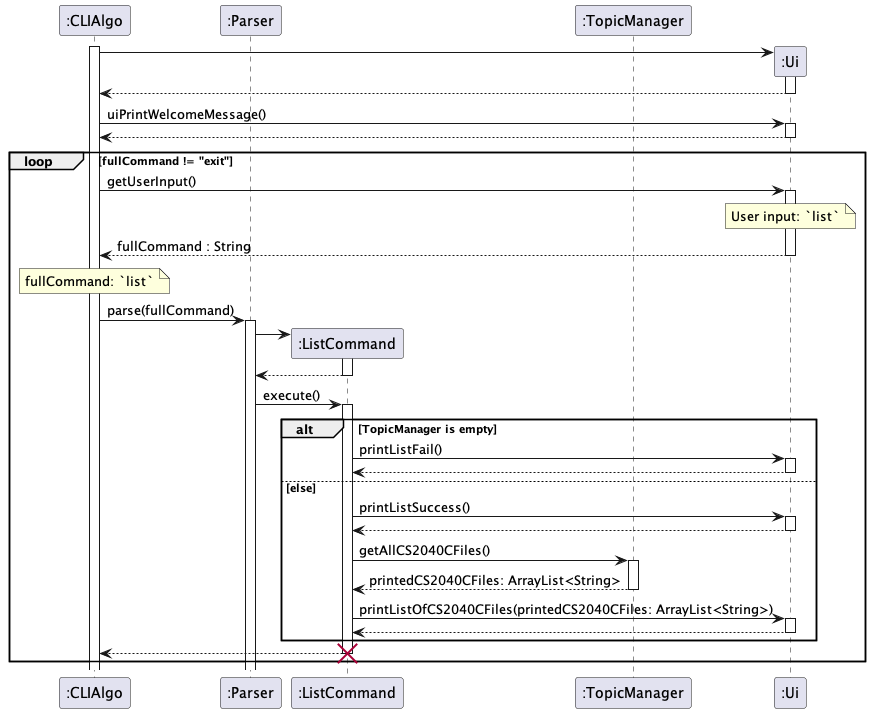
This is docs/sequence-diagrams/diagrams/Ui.png from ong-ck/tp, a PlantUML export, as it was before one commit.
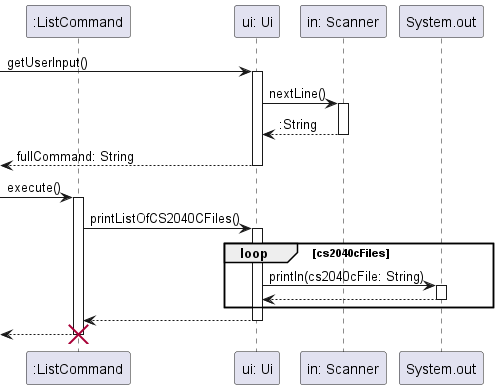
The same file after the commit.

Commit message:
Update sequence diagram of Ui to be clearer

Change to the diagram source:
```diff
@@ -1,52 +1,27 @@
 @startuml
+participant ":ListCommand" as ListCommand
+participant "ui: Ui" as Ui
+participant "in: Scanner" as Scanner
+participant "System.out" as System
 
-participant ":CLIAlgo" as cli
-participant ":Parser" as p
-participant ":ListCommand" as lc
-participant ":TopicManager" as tm
-participant ":Ui" as ui
+-> Ui: getUserInput()
+activate Ui
+    Ui -> Scanner: nextLine()
+    activate Scanner
+    return :String
+return fullCommand: String
 
-activate cli
-cli -> ui **
-activate ui
+-> ListCommand: execute()
+activate ListCommand
+    ListCommand -> Ui: printListOfCS2040CFiles()
+    activate Ui
+        loop cs2040cFiles
+            Ui -> System: println(cs2040cFile: String)
+            activate System
+            return
+        end
+    return
 return
-cli -> ui : uiPrintWelcomeMessage()
-activate ui
-return
-loop fullCommand != "exit"
-cli -> ui : getUserInput()
-activate ui
-note over ui : User input: `list`
-return fullCommand : String
-deactivate ui
-note over cli : fullCommand: `list`
-cli -> p : parse(fullCommand)
-activate p
-p -> lc **
-activate lc
-lc --> p
-deactivate lc
-p -> lc : execute()
-activate lc
-
-alt TopicManager is empty
-    lc -> ui : printListFail()
-    activate ui
-    return
-
-else else
-    lc -> ui : printListSuccess()
-    activate ui
-    return
-    lc -> tm : getAllCS2040CFiles()
-    activate tm
-    return printedCS2040CFiles: ArrayList<String>
-    lc -> ui : printListOfCS2040CFiles(printedCS2040CFiles: ArrayList<String>)
-    activate ui
-    return
-end
-lc --> cli
-destroy lc
-end
+destroy ListCommand
 
 @enduml
```
